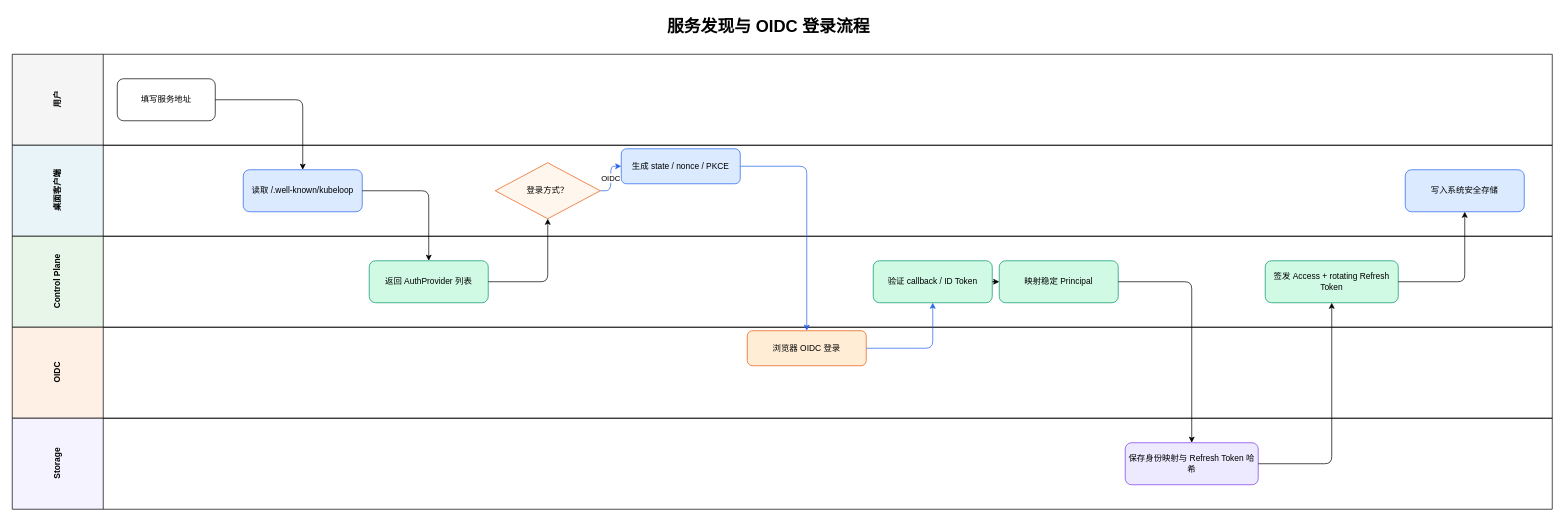
The draw.io diagram page "02 OIDC与AD登录" (2 of 6) of docs/diagrams/kubeloop-v2-architecture.drawio in fengqi-dev/kube-loop, before the edit. Source tidied: cells renumbered, new cells numbered last; positions are measured from the earlier drawing's top-left corner, leaving out a move shared by most shapes. Both pictures are drawn from the tidied source at 70%, with x=0, y=0 at pixel (12, 12).
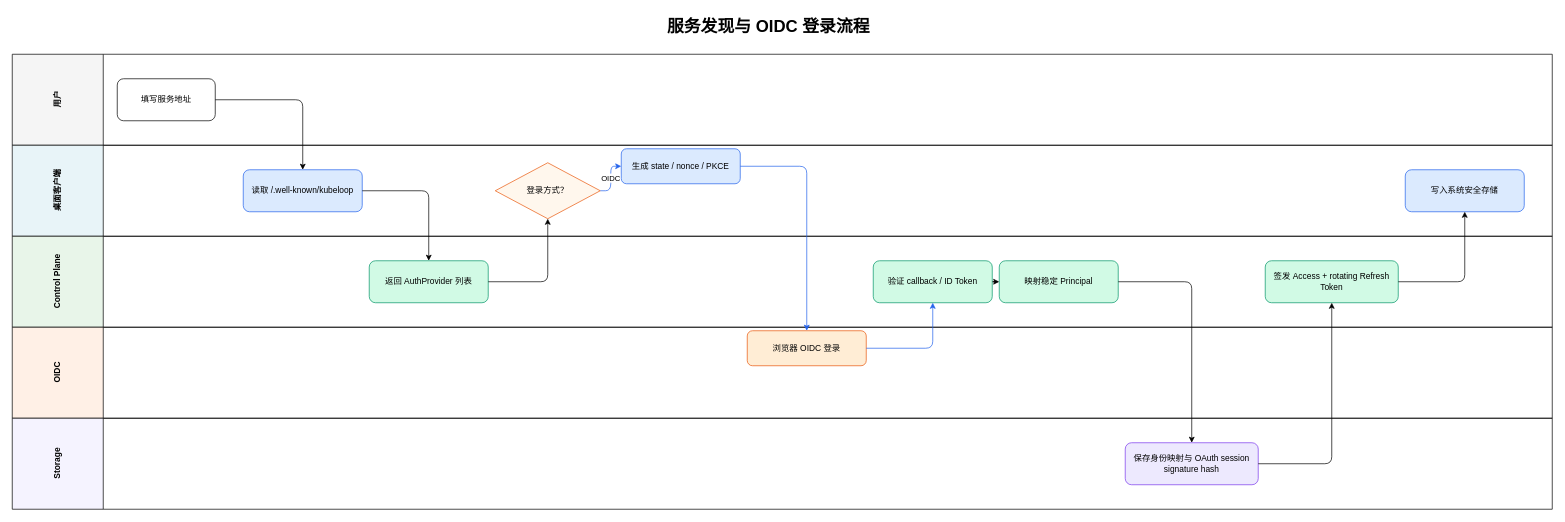
After the change.

The change refers to these unchanged cells:
```xml
<mxCell id="7" value="Storage" style="swimlane;horizontal=0;startSize=130;fillColor=#f5f3ff;html=1;fontStyle=1;" parent="1" vertex="1">
  <mxGeometry y="580" width="2200" height="130" as="geometry" />
</mxCell>
```

What changed in the source:
```diff
@@
-    <mxCell id="16" value="保存身份映射与 Refresh Token 哈希" style="rounded=1;whiteSpace=wrap;html=1;fillColor=#ede9fe;strokeColor=#7c3aed;" parent="7" vertex="1">
+    <mxCell id="16" value="保存身份映射与 OAuth session signature hash" style="rounded=1;whiteSpace=wrap;html=1;fillColor=#ede9fe;strokeColor=#7c3aed;" parent="7" vertex="1">
       <mxGeometry x="1590" y="35" width="190" height="60" as="geometry" />
     </mxCell>
```
